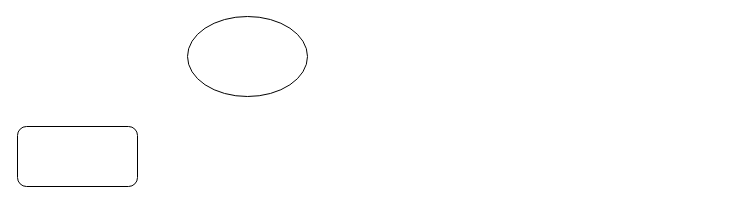
Before: page "Page-1" (1 of 2) of Untitled Diagram.drawio in YYB1024/TestRepository, a draw.io diagram. Source tidied: cells renumbered, new cells numbered last; positions are measured from the earlier drawing's top-left corner, leaving out a move shared by most shapes. Both pictures are drawn from the tidied source at 100%, with x=0, y=0 at pixel (17, 16).
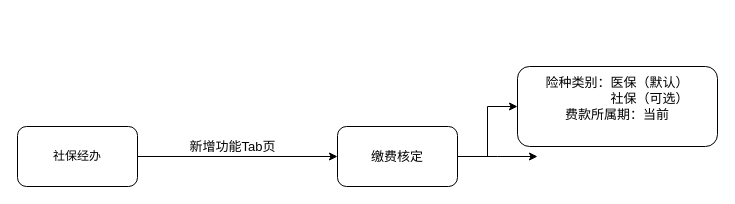
The same diagram, later.

Diff of the diagram source:
```diff
@@
 <mxGraphModel>
   <root>
     <mxCell id="0" />
     <mxCell id="1" parent="0" />
+    <mxCell id="4" style="edgeStyle=orthogonalEdgeStyle;rounded=0;jettySize=auto;html=1;entryX=0;entryY=0.5;entryDx=0;entryDy=0;fontSize=13;" parent="1" edge="1" source="2" target="7">
+      <mxGeometry relative="1" as="geometry" />
+    </mxCell>
-    <mxCell id="2" style="rounded=1;whiteSpace=wrap;html=1;" parent="1" vertex="1">
+    <mxCell id="2" value="社保经办" style="rounded=1;whiteSpace=wrap;html=1;" parent="1" vertex="1">
       <mxGeometry y="110" width="120" height="60" as="geometry" />
     </mxCell>
-    <mxCell id="3" style="ellipse;whiteSpace=wrap;html=1;" parent="1" vertex="1">
-      <mxGeometry x="170" width="120" height="80" as="geometry" />
-    </mxCell>
+    <mxCell id="5" style="edgeStyle=orthogonalEdgeStyle;rounded=0;jettySize=auto;html=1;fontSize=13;" parent="1" edge="1" source="7" target="9">
+      <mxGeometry relative="1" as="geometry" />
+    </mxCell>
+    <mxCell id="6" style="edgeStyle=orthogonalEdgeStyle;rounded=0;jettySize=auto;html=1;fontSize=13;" parent="1" edge="1" source="7">
+      <mxGeometry relative="1" as="geometry">
+        <mxPoint x="520" y="140" as="targetPoint" />
+      </mxGeometry>
+    </mxCell>
+    <mxCell id="7" value="缴费核定" style="rounded=1;whiteSpace=wrap;html=1;fontSize=13;" parent="1" vertex="1">
+      <mxGeometry x="320" y="110" width="120" height="60" as="geometry" />
+    </mxCell>
+    <mxCell id="8" value="新增功能Tab页" style="text;html=1;align=center;verticalAlign=middle;strokeColor=none;fillColor=none;fontSize=13;" parent="1" vertex="1">
+      <mxGeometry x="165" y="120" width="100" height="20" as="geometry" />
+    </mxCell>
+    <mxCell id="9" value="险种类别：医保（默认）&lt;br&gt;&amp;nbsp; &amp;nbsp; &amp;nbsp; &amp;nbsp; &amp;nbsp; &amp;nbsp; &amp;nbsp; &amp;nbsp; &amp;nbsp; 社保（可选）&lt;br&gt;费款所属期：当前&lt;br&gt;&lt;br&gt;" style="whiteSpace=wrap;html=1;fontSize=13;rounded=1;" parent="1" vertex="1">
+      <mxGeometry x="500" y="50" width="200" height="80" as="geometry" />
+    </mxCell>
   </root>
 </mxGraphModel>
```
